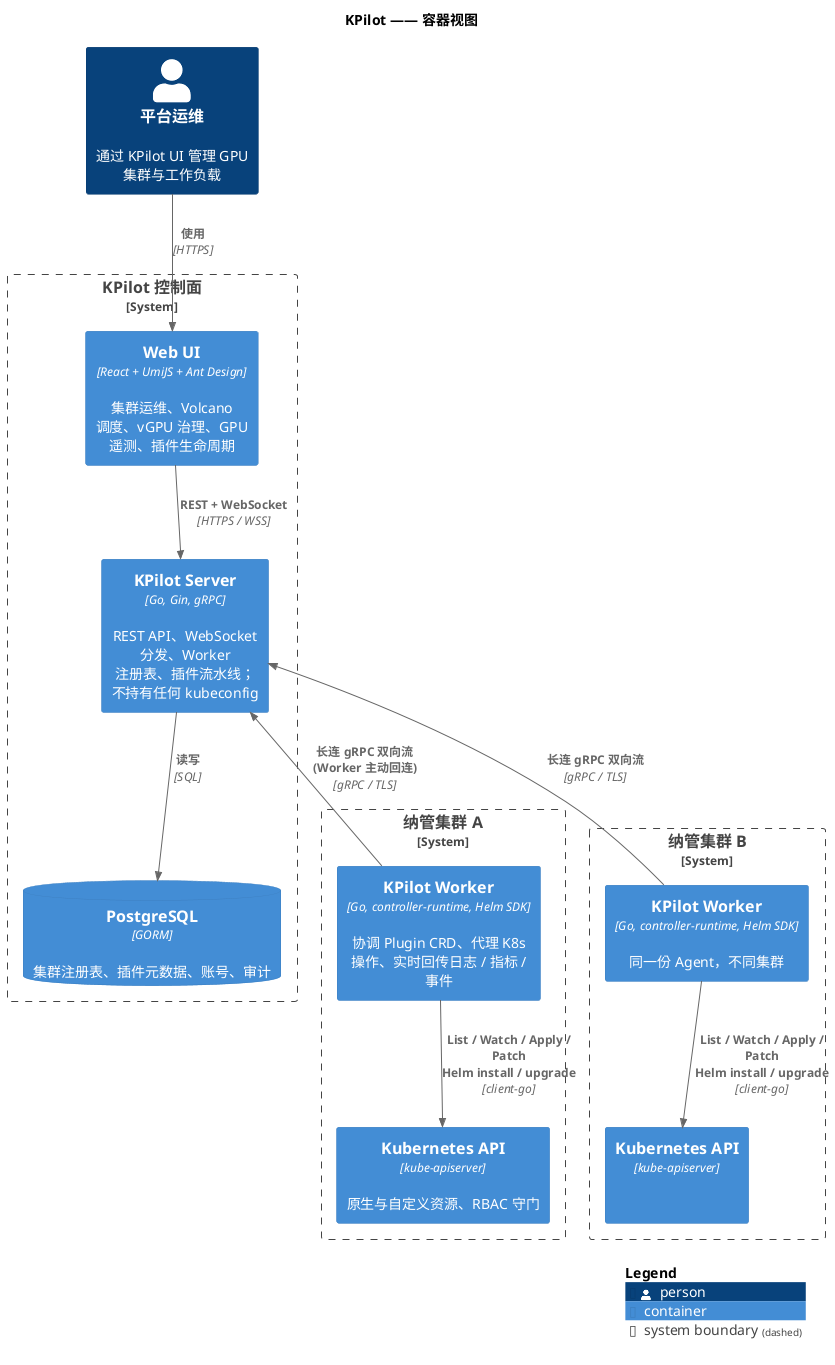
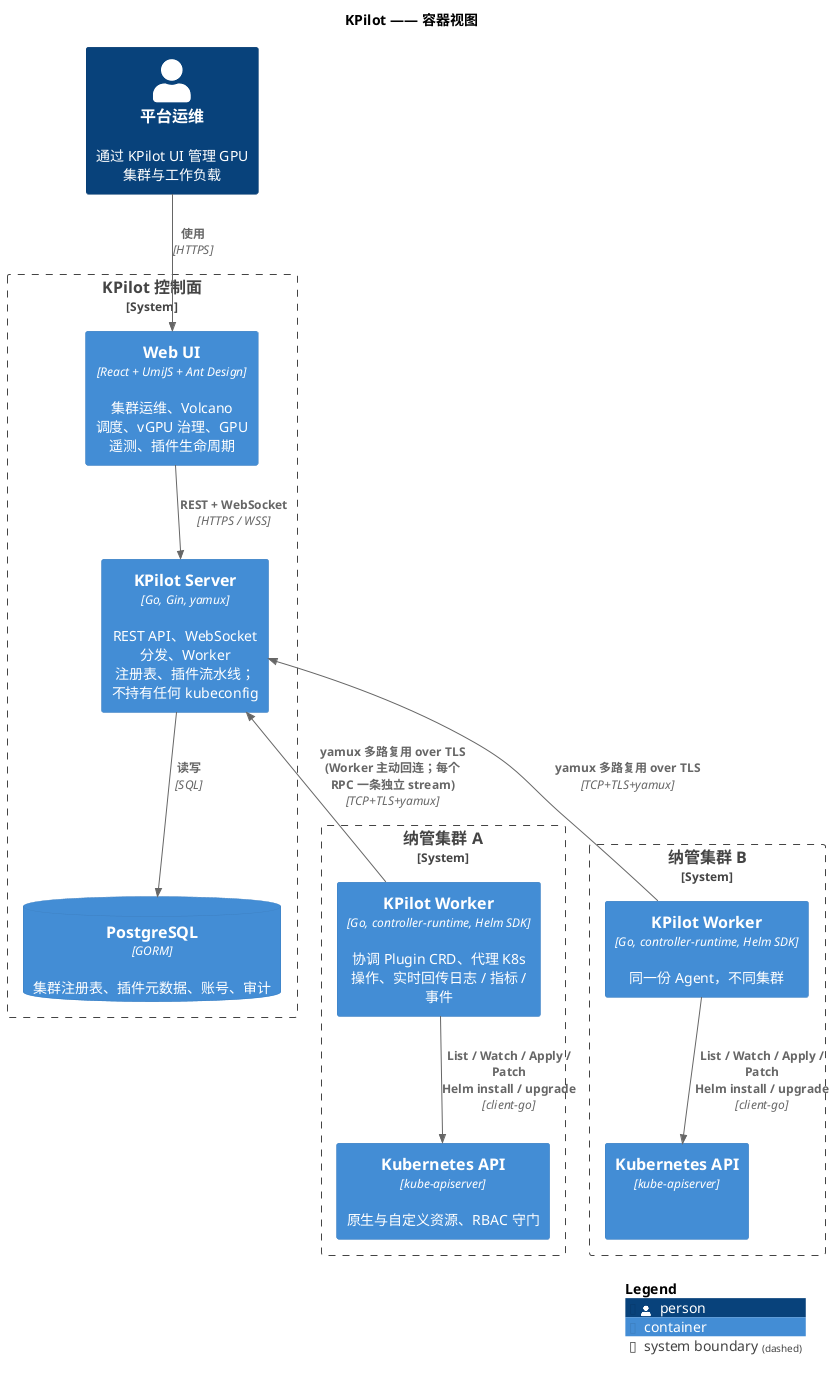
@startuml
!include <C4/C4_Container>

LAYOUT_WITH_LEGEND()
title KPilot —— 容器视图

Person(operator, "平台运维", "通过 KPilot UI 管理 GPU 集群与工作负载")

System_Boundary(kpilot, "KPilot 控制面") {
    Container(ui, "Web UI", "React + UmiJS + Ant Design", "集群运维、Volcano 调度、vGPU 治理、GPU 遥测、插件生命周期")
-     Container(server, "KPilot Server", "Go, Gin, gRPC", "REST API、WebSocket 分发、Worker 注册表、插件流水线；不持有任何 kubeconfig")
+     Container(server, "KPilot Server", "Go, Gin, yamux", "REST API、WebSocket 分发、Worker 注册表、插件流水线；不持有任何 kubeconfig")
    ContainerDb(db, "PostgreSQL", "GORM", "集群注册表、插件元数据、账号、审计")
}

System_Boundary(cluster_a, "纳管集群 A") {
    Container(worker_a, "KPilot Worker", "Go, controller-runtime, Helm SDK", "协调 Plugin CRD、代理 K8s 操作、实时回传日志 / 指标 / 事件")
    Container(k8s_a, "Kubernetes API", "kube-apiserver", "原生与自定义资源、RBAC 守门")
}

System_Boundary(cluster_b, "纳管集群 B") {
    Container(worker_b, "KPilot Worker", "Go, controller-runtime, Helm SDK", "同一份 Agent，不同集群")
    Container(k8s_b, "Kubernetes API", "kube-apiserver", " ")
}

Rel(operator, ui, "使用", "HTTPS")
Rel(ui, server, "REST + WebSocket", "HTTPS / WSS")
Rel(server, db, "读写", "SQL")

- Rel_U(worker_a, server, "长连 gRPC 双向流\n(Worker 主动回连)", "gRPC / TLS")
- Rel_U(worker_b, server, "长连 gRPC 双向流", "gRPC / TLS")
+ Rel_U(worker_a, server, "yamux 多路复用 over TLS\n(Worker 主动回连；每个 RPC 一条独立 stream)", "TCP+TLS+yamux")
+ Rel_U(worker_b, server, "yamux 多路复用 over TLS", "TCP+TLS+yamux")

Rel(worker_a, k8s_a, "List / Watch / Apply / Patch\nHelm install / upgrade", "client-go")
Rel(worker_b, k8s_b, "List / Watch / Apply / Patch\nHelm install / upgrade", "client-go")

SHOW_LEGEND()
@enduml
